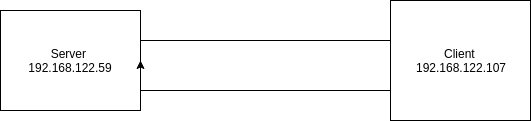
The draw.io diagram DucNA/command-check/images/labs/network/network.png in nhanhoadocs/thuctapsinh, before a commit. Source tidied: cells renumbered, new cells last; positions are measured from the earlier drawing's top-left corner, leaving out a move shared by most shapes. The source it was exported from:
```xml
<mxGraphModel>
  <root>
    <mxCell id="0" />
    <mxCell id="1" parent="0" />
    <mxCell id="2" style="edgeStyle=orthogonalEdgeStyle;rounded=0;jettySize=auto;html=1;entryX=0;entryY=0.5;entryDx=0;entryDy=0;" parent="1" edge="1" source="3" target="5">
      <mxGeometry relative="1" as="geometry">
        <Array as="points">
          <mxPoint x="430" y="40" />
        </Array>
      </mxGeometry>
    </mxCell>
    <mxCell id="3" value="Server&amp;nbsp;&lt;br&gt;192.168.122.59&lt;br&gt;" style="rounded=0;whiteSpace=wrap;html=1;" parent="1" vertex="1">
      <mxGeometry y="10" width="140" height="100" as="geometry" />
    </mxCell>
    <mxCell id="4" style="edgeStyle=orthogonalEdgeStyle;rounded=0;jettySize=auto;html=1;entryX=1;entryY=0.5;entryDx=0;entryDy=0;" parent="1" edge="1" source="5" target="3">
      <mxGeometry relative="1" as="geometry">
        <Array as="points">
          <mxPoint x="140" y="90" />
        </Array>
      </mxGeometry>
    </mxCell>
    <mxCell id="5" value="Client&amp;nbsp;&lt;br&gt;192.168.122.107&lt;br&gt;" style="rounded=0;whiteSpace=wrap;html=1;" parent="1" vertex="1">
      <mxGeometry x="390" width="140" height="120" as="geometry" />
    </mxCell>
  </root>
</mxGraphModel>
```
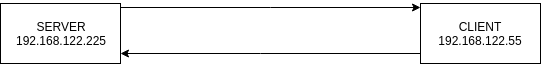
The same diagram one commit later.

Change to the diagram source:
```diff
@@ -2,25 +2,27 @@
   <root>
     <mxCell id="0" />
     <mxCell id="1" parent="0" />
-    <mxCell id="2" style="edgeStyle=orthogonalEdgeStyle;rounded=0;jettySize=auto;html=1;entryX=0;entryY=0.5;entryDx=0;entryDy=0;" parent="1" edge="1" source="3" target="5">
-      <mxGeometry relative="1" as="geometry">
-        <Array as="points">
-          <mxPoint x="430" y="40" />
-        </Array>
-      </mxGeometry>
-    </mxCell>
-    <mxCell id="3" value="Server&amp;nbsp;&lt;br&gt;192.168.122.59&lt;br&gt;" style="rounded=0;whiteSpace=wrap;html=1;" parent="1" vertex="1">
-      <mxGeometry y="10" width="140" height="100" as="geometry" />
-    </mxCell>
-    <mxCell id="4" style="edgeStyle=orthogonalEdgeStyle;rounded=0;jettySize=auto;html=1;entryX=1;entryY=0.5;entryDx=0;entryDy=0;" parent="1" edge="1" source="5" target="3">
-      <mxGeometry relative="1" as="geometry">
-        <Array as="points">
-          <mxPoint x="140" y="90" />
-        </Array>
-      </mxGeometry>
-    </mxCell>
-    <mxCell id="5" value="Client&amp;nbsp;&lt;br&gt;192.168.122.107&lt;br&gt;" style="rounded=0;whiteSpace=wrap;html=1;" parent="1" vertex="1">
-      <mxGeometry x="390" width="140" height="120" as="geometry" />
-    </mxCell>
+    <mxCell id="6" style="edgeStyle=orthogonalEdgeStyle;rounded=0;jettySize=auto;html=1;entryX=0;entryY=0.067;entryDx=0;entryDy=0;entryPerimeter=0;" parent="1" edge="1" source="7" target="9">
+      <mxGeometry relative="1" as="geometry">
+        <Array as="points">
+          <mxPoint x="230" y="4" />
+          <mxPoint x="230" y="4" />
+        </Array>
+      </mxGeometry>
+    </mxCell>
+    <mxCell id="7" value="SERVER&lt;br&gt;192.168.122.225&lt;br&gt;" style="rounded=0;whiteSpace=wrap;html=1;" parent="1" vertex="1">
+      <mxGeometry x="-40" width="120" height="60" as="geometry" />
+    </mxCell>
+    <mxCell id="8" style="edgeStyle=orthogonalEdgeStyle;rounded=0;jettySize=auto;html=1;" parent="1" edge="1" source="9" target="7">
+      <mxGeometry relative="1" as="geometry">
+        <Array as="points">
+          <mxPoint x="220" y="50" />
+          <mxPoint x="220" y="50" />
+        </Array>
+      </mxGeometry>
+    </mxCell>
+    <mxCell id="9" value="CLIENT&lt;br&gt;192.168.122.55&lt;br&gt;" style="rounded=0;whiteSpace=wrap;html=1;" parent="1" vertex="1">
+      <mxGeometry x="380" width="120" height="60" as="geometry" />
+    </mxCell>
   </root>
 </mxGraphModel>
```
